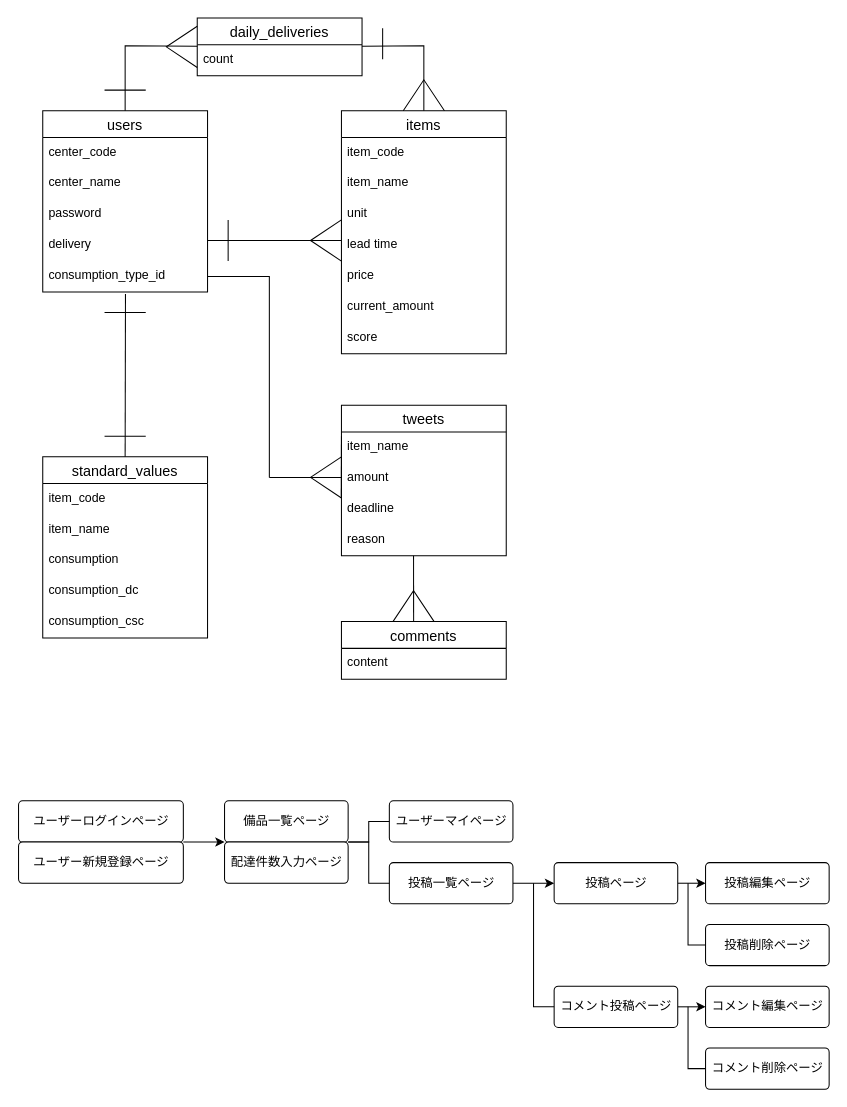
Above: ems.dio in takafumiTech/ems (draw.io), before the change. Source tidied: cells renumbered, new cells numbered last; positions are measured from the earlier drawing's top-left corner, leaving out a move shared by most shapes. Both pictures are drawn from the tidied source at 103%, with x=0, y=0 at pixel (18, 18).
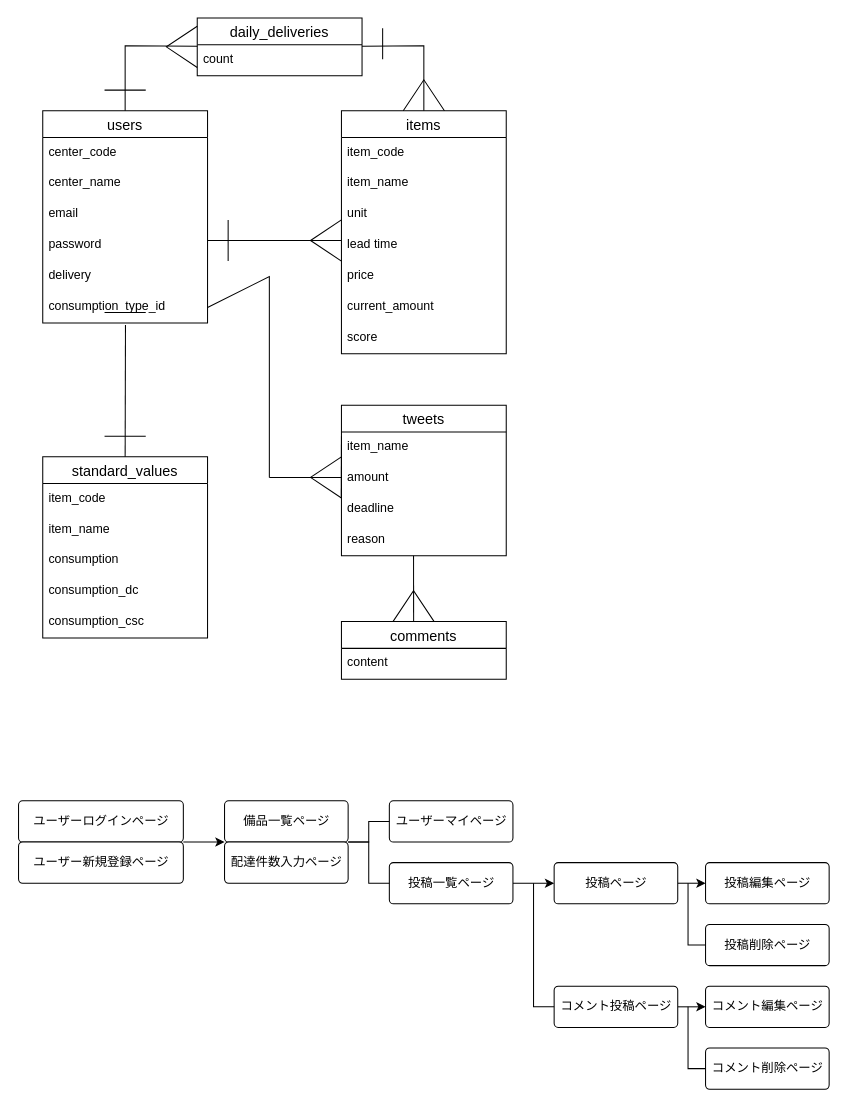
The same diagram, later.

Diff of the diagram source:
```diff
@@
     <mxCell id="17" value="users" style="swimlane;fontStyle=0;horizontal=1;startSize=26;align=center;fontSize=14;" parent="1" vertex="1">
-      <mxGeometry x="24" y="90" width="160" height="176" as="geometry" />
+      <mxGeometry x="24" y="90" width="160" height="206" as="geometry" />
     </mxCell>
@@
-    <mxCell id="20" value="password" style="text;strokeColor=none;fillColor=none;spacingLeft=4;spacingRight=4;overflow=hidden;fontSize=12;" parent="17" vertex="1">
+    <mxCell id="20" value="email" style="text;strokeColor=none;fillColor=none;spacingLeft=4;spacingRight=4;overflow=hidden;fontSize=12;" parent="17" vertex="1">
       <mxGeometry y="86" width="160" height="30" as="geometry" />
     </mxCell>
+    <mxCell id="72" value="password" style="text;strokeColor=none;fillColor=none;spacingLeft=4;spacingRight=4;overflow=hidden;fontSize=12;" parent="17" vertex="1">
+      <mxGeometry y="116" width="160" height="30" as="geometry" />
+    </mxCell>
     <mxCell id="21" value="delivery" style="text;strokeColor=none;fillColor=none;spacingLeft=4;spacingRight=4;overflow=hidden;fontSize=12;" parent="17" vertex="1">
-      <mxGeometry y="116" width="160" height="30" as="geometry" />
+      <mxGeometry y="146" width="160" height="30" as="geometry" />
     </mxCell>
     <mxCell id="22" value="consumption_type_id" style="text;strokeColor=none;fillColor=none;spacingLeft=4;spacingRight=4;overflow=hidden;points=[[0,0.5],[1,0.5]];portConstraint=eastwest;fontSize=12;" parent="17" vertex="1">
-      <mxGeometry y="146" width="160" height="30" as="geometry" />
+      <mxGeometry y="176" width="160" height="30" as="geometry" />
     </mxCell>
```
